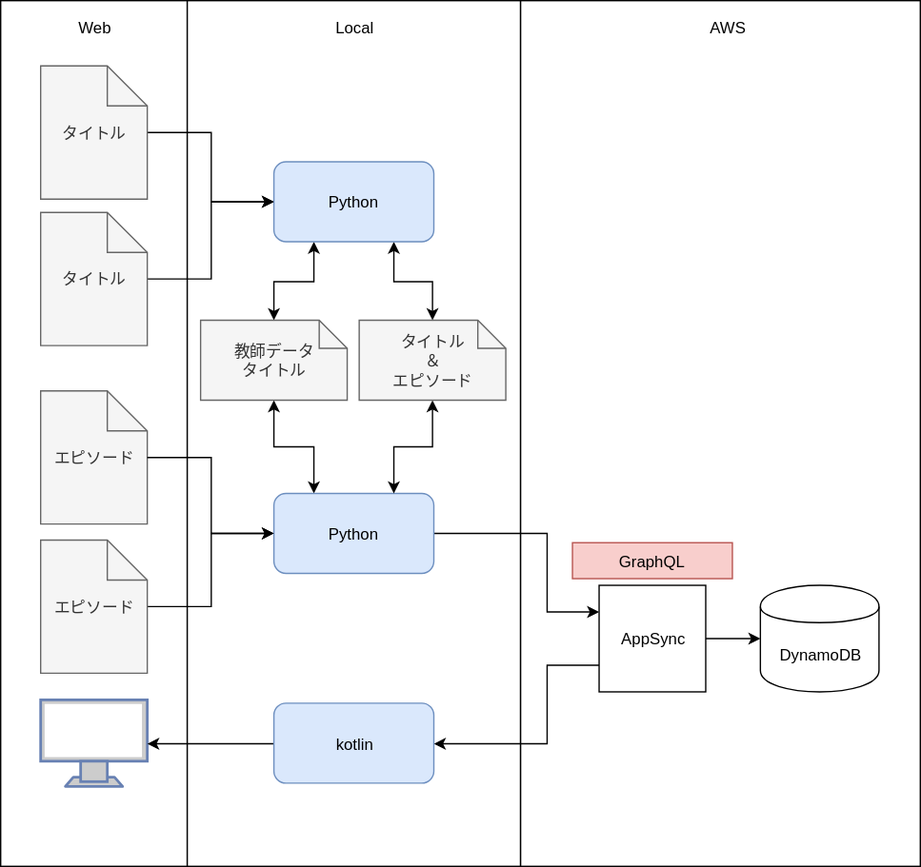
shakamo/booklyn2 keeps this draw.io diagram as Booklyn.svg. Above is the earlier version. Source tidied: cells renumbered, new cells last; positions are measured from the earlier drawing's top-left corner, leaving out a move shared by most shapes.
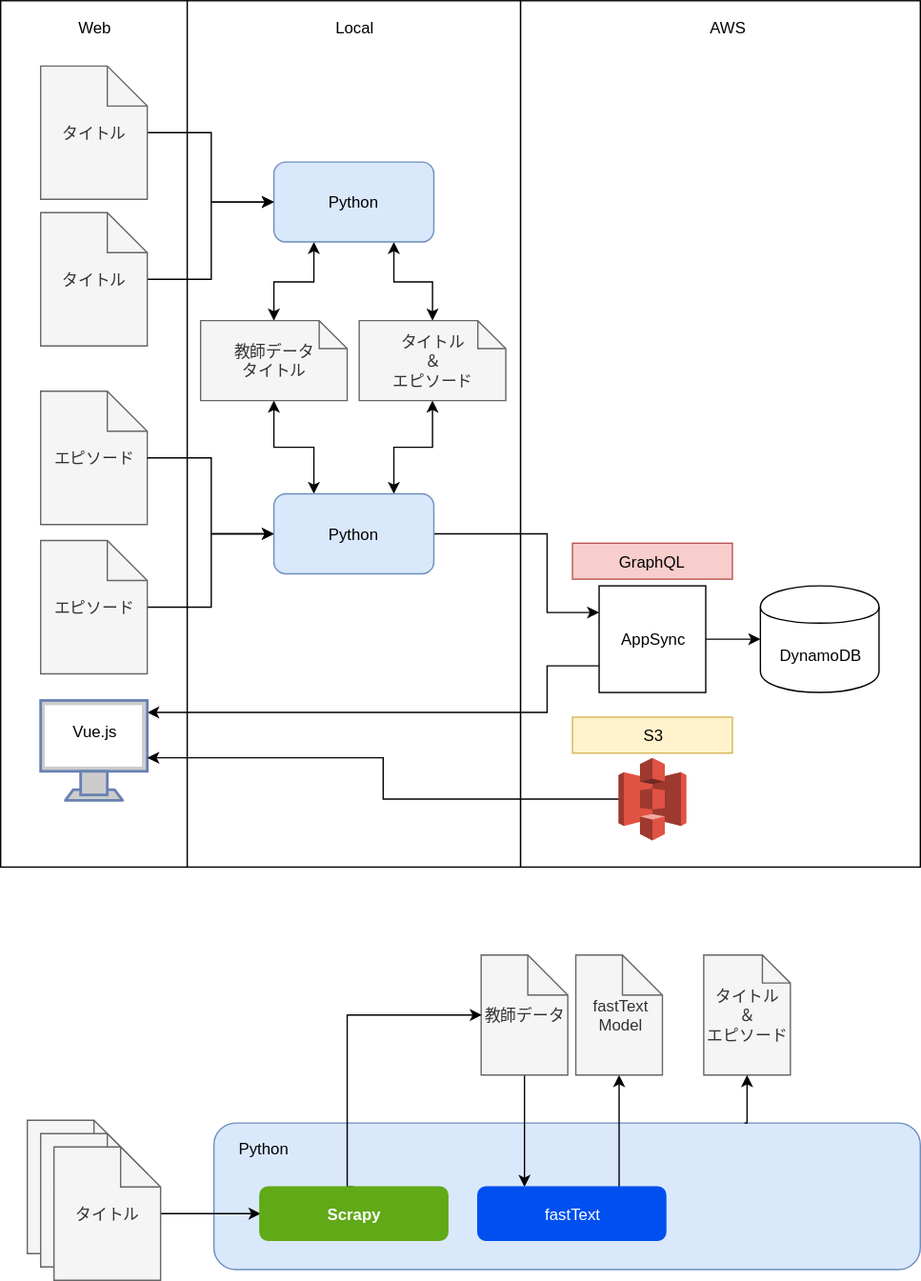
The same file after the commit.

Diff of the diagram source:
```diff
@@ -67,11 +67,12 @@
     <mxCell id="21" style="edgeStyle=orthogonalEdgeStyle;rounded=0;html=1;entryX=0;entryY=0.5;jettySize=auto;" parent="1" edge="1" source="23" target="24">
       <mxGeometry relative="1" as="geometry" />
     </mxCell>
-    <mxCell id="22" style="edgeStyle=orthogonalEdgeStyle;rounded=0;html=1;exitX=0;exitY=0.75;entryX=1;entryY=0.5;jettySize=auto;" parent="1" edge="1" source="23" target="28">
+    <mxCell id="22" style="edgeStyle=orthogonalEdgeStyle;rounded=0;html=1;exitX=0;exitY=0.75;jettySize=auto;entryX=1;entryY=0.173;entryPerimeter=0;" parent="1" edge="1" source="23">
       <mxGeometry relative="1" as="geometry">
+        <mxPoint x="110" y="534" as="targetPoint" />
         <Array as="points">
           <mxPoint x="410" y="499" />
-          <mxPoint x="410" y="558" />
+          <mxPoint x="410" y="534" />
         </Array>
       </mxGeometry>
     </mxCell>
@@ -85,14 +86,8 @@
       <mxGeometry x="429" y="407" width="120" height="27" as="geometry" />
     </mxCell>
     <mxCell id="26" style="fontColor=#0066CC;verticalAlign=top;verticalLabelPosition=bottom;labelPosition=center;align=center;html=1;outlineConnect=0;fillColor=#CCCCCC;strokeColor=#6881B3;gradientColor=none;gradientDirection=north;strokeWidth=2;shape=mxgraph.networks.monitor;" parent="1" vertex="1">
-      <mxGeometry x="30" y="525" width="80" height="65" as="geometry" />
+      <mxGeometry x="30" y="525" width="80" height="75" as="geometry" />
     </mxCell>
-    <mxCell id="27" style="edgeStyle=orthogonalEdgeStyle;rounded=0;html=1;entryX=1;entryY=0.5;entryPerimeter=0;jettySize=auto;" parent="1" edge="1" source="28" target="26">
-      <mxGeometry relative="1" as="geometry" />
-    </mxCell>
-    <mxCell id="28" value="kotlin" style="rounded=1;whiteSpace=wrap;html=1;fillColor=#dae8fc;strokeColor=#6c8ebf;" parent="1" vertex="1">
-      <mxGeometry x="205" y="527.5" width="120" height="60" as="geometry" />
-    </mxCell>
     <mxCell id="29" style="edgeStyle=orthogonalEdgeStyle;rounded=0;html=1;entryX=0;entryY=0.5;jettySize=auto;" parent="1" edge="1" source="30" target="8">
       <mxGeometry relative="1" as="geometry" />
     </mxCell>
@@ -105,5 +100,65 @@
     <mxCell id="32" value="タイトル&lt;br&gt;＆&lt;br&gt;エピソード&lt;br&gt;" style="shape=note;whiteSpace=wrap;html=1;backgroundOutline=1;fillColor=#f5f5f5;strokeColor=#666666;fontColor=#333333;size=21;" parent="1" vertex="1">
       <mxGeometry x="269" y="240" width="110" height="60" as="geometry" />
     </mxCell>
+    <mxCell id="33" value="Vue.js" style="text;html=1;strokeColor=none;fillColor=none;align=center;verticalAlign=middle;whiteSpace=wrap;rounded=0;" parent="1" vertex="1">
+      <mxGeometry x="50" y="538" width="40" height="20" as="geometry" />
+    </mxCell>
+    <mxCell id="34" value="タイトル" style="shape=note;whiteSpace=wrap;html=1;backgroundOutline=1;fillColor=#f5f5f5;strokeColor=#666666;fontColor=#333333;" parent="1" vertex="1">
+      <mxGeometry x="20" y="840" width="80" height="100" as="geometry" />
+    </mxCell>
+    <mxCell id="35" value="Python" style="rounded=1;whiteSpace=wrap;html=1;fillColor=#dae8fc;strokeColor=#6c8ebf;verticalAlign=top;align=left;spacing=0;spacingTop=7;spacingLeft=18;" parent="1" vertex="1">
+      <mxGeometry x="160" y="842" width="530" height="110" as="geometry" />
+    </mxCell>
+    <mxCell id="36" style="edgeStyle=orthogonalEdgeStyle;rounded=0;html=1;entryX=1;entryY=0.71;entryPerimeter=0;startArrow=none;startFill=0;jettySize=auto;exitX=0;exitY=0.5;exitPerimeter=0;" parent="1" edge="1" source="37">
+      <mxGeometry relative="1" as="geometry">
+        <mxPoint x="110" y="568" as="targetPoint" />
+      </mxGeometry>
+    </mxCell>
+    <mxCell id="37" style="outlineConnect=0;dashed=0;verticalLabelPosition=bottom;verticalAlign=top;align=center;html=1;shape=mxgraph.aws3.s3;fillColor=#E05243;gradientColor=none;" parent="1" vertex="1">
+      <mxGeometry x="463.5" y="568" width="51" height="62" as="geometry" />
+    </mxCell>
+    <mxCell id="38" value="タイトル" style="shape=note;whiteSpace=wrap;html=1;backgroundOutline=1;fillColor=#f5f5f5;strokeColor=#666666;fontColor=#333333;" parent="1" vertex="1">
+      <mxGeometry x="30" y="850" width="80" height="100" as="geometry" />
+    </mxCell>
+    <mxCell id="39" style="edgeStyle=orthogonalEdgeStyle;rounded=0;html=1;entryX=0;entryY=0.5;startArrow=none;startFill=0;jettySize=auto;" parent="1" edge="1" source="40" target="50">
+      <mxGeometry relative="1" as="geometry" />
+    </mxCell>
+    <mxCell id="40" value="タイトル" style="shape=note;whiteSpace=wrap;html=1;backgroundOutline=1;fillColor=#f5f5f5;strokeColor=#666666;fontColor=#333333;" parent="1" vertex="1">
+      <mxGeometry x="40" y="860" width="80" height="100" as="geometry" />
+    </mxCell>
+    <mxCell id="41" style="edgeStyle=orthogonalEdgeStyle;rounded=0;html=1;entryX=0.25;entryY=0;startArrow=none;startFill=0;jettySize=auto;" parent="1" edge="1" source="42" target="44">
+      <mxGeometry relative="1" as="geometry" />
+    </mxCell>
+    <mxCell id="42" value="教師データ" style="shape=note;whiteSpace=wrap;html=1;backgroundOutline=1;fillColor=#f5f5f5;strokeColor=#666666;fontColor=#333333;" parent="1" vertex="1">
+      <mxGeometry x="360.5" y="716" width="65" height="90" as="geometry" />
+    </mxCell>
+    <mxCell id="43" style="edgeStyle=orthogonalEdgeStyle;rounded=0;html=1;entryX=0.5;entryY=1;startArrow=none;startFill=0;jettySize=auto;exitX=0.75;exitY=0;" parent="1" edge="1" source="44" target="45">
+      <mxGeometry relative="1" as="geometry" />
+    </mxCell>
+    <mxCell id="44" value="fastText" style="rounded=1;whiteSpace=wrap;html=1;fillColor=#0050ef;strokeColor=#0050ef;verticalAlign=middle;fontColor=#ffffff;" parent="1" vertex="1">
+      <mxGeometry x="358" y="890" width="141" height="40" as="geometry" />
+    </mxCell>
+    <mxCell id="45" value="fastText&lt;br&gt;Model&lt;br&gt;" style="shape=note;whiteSpace=wrap;html=1;backgroundOutline=1;fillColor=#f5f5f5;strokeColor=#666666;fontColor=#333333;" parent="1" vertex="1">
+      <mxGeometry x="431.5" y="716" width="65" height="90" as="geometry" />
+    </mxCell>
+    <mxCell id="46" value="タイトル&lt;br&gt;＆&lt;br&gt;エピソード&lt;br&gt;" style="shape=note;whiteSpace=wrap;html=1;backgroundOutline=1;fillColor=#f5f5f5;strokeColor=#666666;fontColor=#333333;size=21;" parent="1" vertex="1">
+      <mxGeometry x="527.5" y="716" width="65" height="90" as="geometry" />
+    </mxCell>
+    <mxCell id="47" style="edgeStyle=orthogonalEdgeStyle;rounded=0;html=1;entryX=0.5;entryY=1;startArrow=none;startFill=0;jettySize=auto;exitX=0.75;exitY=0;" parent="1" edge="1" source="35" target="46">
+      <mxGeometry relative="1" as="geometry" />
+    </mxCell>
+    <mxCell id="48" value="S3&lt;br&gt;" style="rounded=0;whiteSpace=wrap;html=1;fillColor=#fff2cc;strokeColor=#d6b656;" parent="1" vertex="1">
+      <mxGeometry x="429" y="537.5" width="120" height="27" as="geometry" />
+    </mxCell>
+    <mxCell id="49" style="edgeStyle=orthogonalEdgeStyle;rounded=0;html=1;entryX=0;entryY=0.5;startArrow=none;startFill=0;endArrow=classic;endFill=1;jettySize=auto;fontSize=12;exitX=0.5;exitY=0;" parent="1" edge="1" source="50" target="42">
+      <mxGeometry relative="1" as="geometry">
+        <Array as="points">
+          <mxPoint x="260" y="761" />
+        </Array>
+      </mxGeometry>
+    </mxCell>
+    <mxCell id="50" value="&lt;h1 style=&quot;font-size: 12px;&quot;&gt;Scrapy&lt;/h1&gt;" style="rounded=1;whiteSpace=wrap;html=1;fillColor=#60a917;strokeColor=#60a917;verticalAlign=middle;fontColor=#ffffff;fontSize=12;" parent="1" vertex="1">
+      <mxGeometry x="194.5" y="890" width="141" height="40" as="geometry" />
+    </mxCell>
   </root>
 </mxGraphModel>
```
